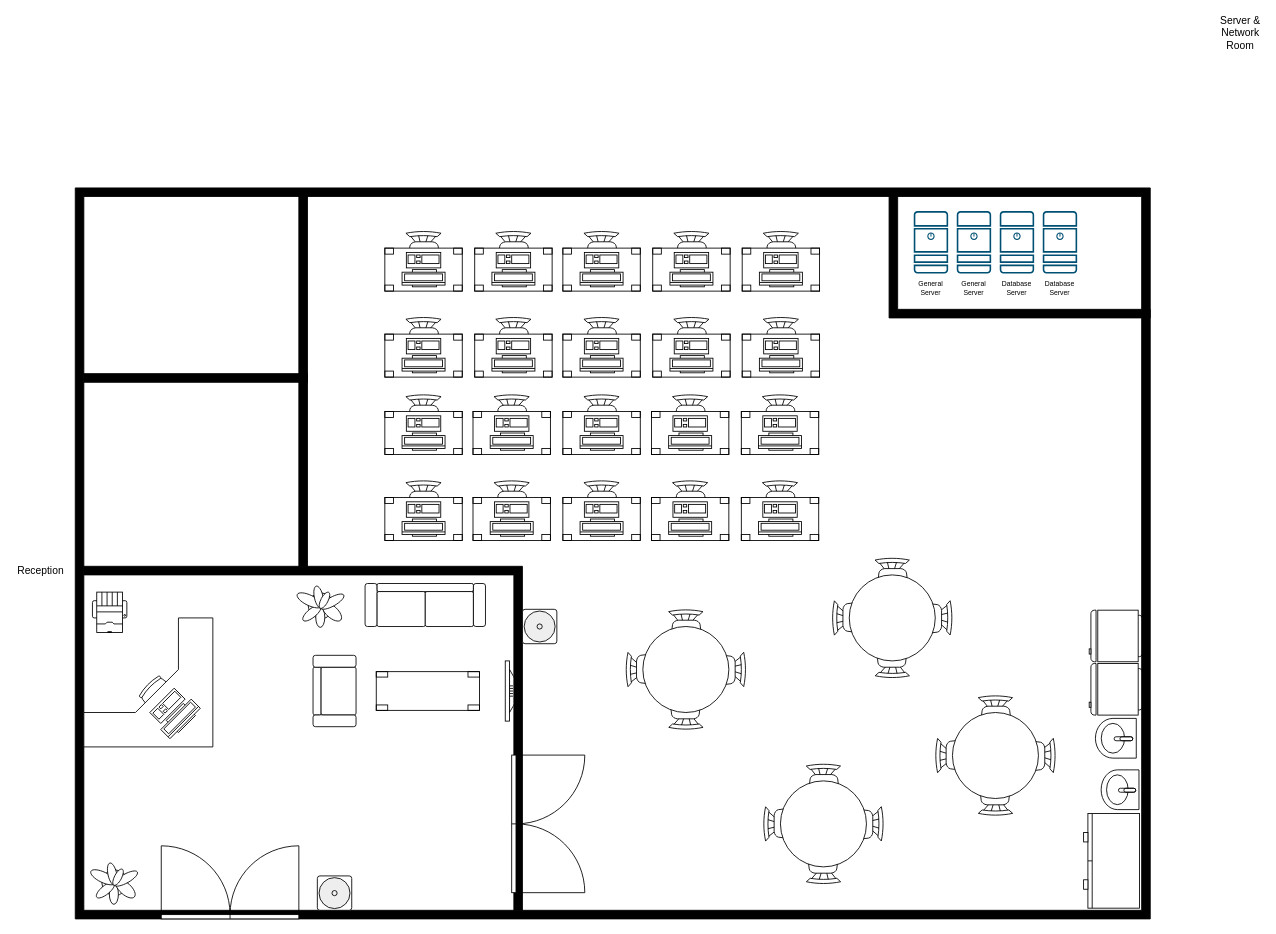
Earlier version of the draw.io diagram u12_a3_floorplan.drawio (BenLaneUK2004/Draw.io_Diagrams). Source tidied: cells renumbered, new cells numbered last; positions are measured from the earlier drawing's top-left corner, leaving out a move shared by most shapes. Both pictures are drawn from the tidied source at 86%, with x=0, y=0 at pixel (15, 15).
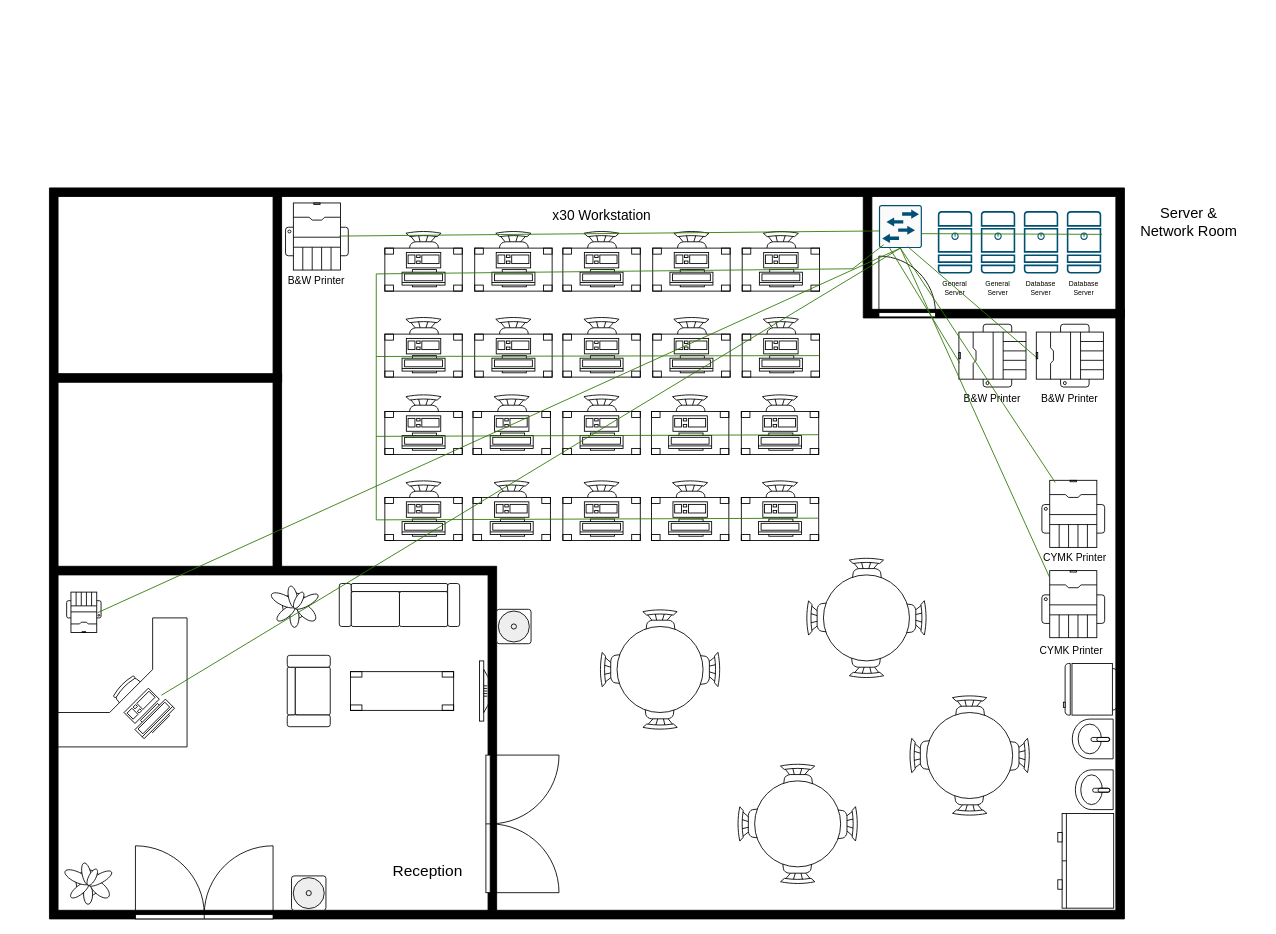
After the change.

Diff of the diagram source:
```diff
@@
     <mxCell id="2" style="verticalLabelPosition=bottom;html=1;verticalAlign=top;align=center;shape=mxgraph.floorplan.room;fillColor=strokeColor;" parent="1" vertex="1">
-      <mxGeometry x="70" y="200" width="1250" height="850" as="geometry" />
+      <mxGeometry x="40" y="200" width="1250" height="850" as="geometry" />
     </mxCell>
     <mxCell id="3" style="verticalLabelPosition=bottom;html=1;verticalAlign=top;align=center;shape=mxgraph.floorplan.wallCorner;fillColor=strokeColor;direction=south;" parent="1" vertex="1">
-      <mxGeometry x="80" y="640" width="510" height="400" as="geometry" />
+      <mxGeometry x="50" y="640" width="510" height="400" as="geometry" />
     </mxCell>
     <mxCell id="4" style="verticalLabelPosition=bottom;html=1;verticalAlign=top;align=center;shape=mxgraph.floorplan.doorDouble;rotation=-180;" parent="1" vertex="1">
-      <mxGeometry x="170" y="965" width="160" height="85" as="geometry" />
+      <mxGeometry x="140" y="965" width="160" height="85" as="geometry" />
     </mxCell>
     <mxCell id="5" style="verticalLabelPosition=bottom;html=1;verticalAlign=top;align=center;shape=mxgraph.floorplan.desk_corner;rotation=-180;" parent="1" vertex="1">
-      <mxGeometry x="80" y="700" width="150" height="150" as="geometry" />
+      <mxGeometry x="50" y="700" width="150" height="150" as="geometry" />
     </mxCell>
     <mxCell id="6" style="verticalLabelPosition=bottom;html=1;verticalAlign=top;align=center;shape=mxgraph.floorplan.workstation;rotation=-225;" parent="1" vertex="1">
-      <mxGeometry x="160" y="790" width="50" height="40" as="geometry" />
+      <mxGeometry x="130" y="790" width="50" height="40" as="geometry" />
     </mxCell>
     <mxCell id="7" style="verticalLabelPosition=bottom;html=1;verticalAlign=top;align=center;shape=mxgraph.floorplan.printer;" parent="1" vertex="1">
-      <mxGeometry x="90" y="670" width="40" height="47" as="geometry" />
+      <mxGeometry x="60" y="670" width="40" height="47" as="geometry" />
     </mxCell>
     <mxCell id="8" style="verticalLabelPosition=bottom;html=1;verticalAlign=top;align=center;shape=mxgraph.floorplan.plant;" parent="1" vertex="1">
-      <mxGeometry x="90" y="982" width="47" height="51" as="geometry" />
+      <mxGeometry x="60" y="982" width="47" height="51" as="geometry" />
     </mxCell>
     <mxCell id="9" style="verticalLabelPosition=bottom;html=1;verticalAlign=top;align=center;shape=mxgraph.floorplan.doorDouble;rotation=-90;" parent="1" vertex="1">
-      <mxGeometry x="540" y="897" width="160" height="85" as="geometry" />
+      <mxGeometry x="510" y="897" width="160" height="85" as="geometry" />
     </mxCell>
     <mxCell id="10" style="verticalLabelPosition=bottom;html=1;verticalAlign=top;align=center;shape=mxgraph.floorplan.flat_tv;rotation=90;" parent="1" vertex="1">
-      <mxGeometry x="540" y="780" width="70" height="10" as="geometry" />
+      <mxGeometry x="510" y="780" width="70" height="10" as="geometry" />
     </mxCell>
     <mxCell id="11" style="verticalLabelPosition=bottom;html=1;verticalAlign=top;align=center;shape=mxgraph.floorplan.couch;" parent="1" vertex="1">
-      <mxGeometry x="407" y="660" width="140" height="50" as="geometry" />
+      <mxGeometry x="377" y="660" width="140" height="50" as="geometry" />
     </mxCell>
     <mxCell id="12" style="verticalLabelPosition=bottom;html=1;verticalAlign=top;align=center;shape=mxgraph.floorplan.plant;" parent="1" vertex="1">
-      <mxGeometry x="330" y="660" width="47" height="51" as="geometry" />
+      <mxGeometry x="300" y="660" width="47" height="51" as="geometry" />
     </mxCell>
     <mxCell id="13" style="verticalLabelPosition=bottom;html=1;verticalAlign=top;align=center;shape=mxgraph.floorplan.sofa;rotation=-90;" parent="1" vertex="1">
-      <mxGeometry x="330" y="760" width="83" height="50" as="geometry" />
+      <mxGeometry x="300" y="760" width="83" height="50" as="geometry" />
     </mxCell>
     <mxCell id="14" style="verticalLabelPosition=bottom;html=1;verticalAlign=top;align=center;shape=mxgraph.floorplan.table;" parent="1" vertex="1">
-      <mxGeometry x="420" y="762.5" width="120" height="45" as="geometry" />
+      <mxGeometry x="390" y="762.5" width="120" height="45" as="geometry" />
     </mxCell>
     <mxCell id="15" style="group;" parent="1" vertex="1">
-      <mxGeometry x="870" y="869.5" width="140" height="140" as="geometry" />
+      <mxGeometry x="840" y="869.5" width="140" height="140" as="geometry" />
     </mxCell>
@@
     <mxCell id="21" style="group;" parent="1" vertex="1">
-      <mxGeometry x="710" y="690" width="140" height="140" as="geometry" />
+      <mxGeometry x="680" y="690" width="140" height="140" as="geometry" />
     </mxCell>
@@
     <mxCell id="27" style="group;" parent="1" vertex="1">
-      <mxGeometry x="1070" y="790" width="140" height="140" as="geometry" />
+      <mxGeometry x="1040" y="790" width="140" height="140" as="geometry" />
     </mxCell>
@@
     <mxCell id="33" style="group;" parent="1" vertex="1">
-      <mxGeometry x="950" y="630" width="140" height="140" as="geometry" />
+      <mxGeometry x="920" y="630" width="140" height="140" as="geometry" />
     </mxCell>
@@
-    <mxCell id="39" style="verticalLabelPosition=bottom;html=1;verticalAlign=top;align=center;shape=mxgraph.floorplan.refrigerator;rotation=90;" parent="1" vertex="1">
-      <mxGeometry x="1250" y="690" width="60" height="62" as="geometry" />
-    </mxCell>
     <mxCell id="40" style="verticalLabelPosition=bottom;html=1;verticalAlign=top;align=center;shape=mxgraph.floorplan.water_cooler;" parent="1" vertex="1">
-      <mxGeometry x="590" y="690" width="40" height="40" as="geometry" />
+      <mxGeometry x="560" y="690" width="40" height="40" as="geometry" />
     </mxCell>
     <mxCell id="41" style="verticalLabelPosition=bottom;html=1;verticalAlign=top;align=center;shape=mxgraph.floorplan.water_cooler;" parent="1" vertex="1">
-      <mxGeometry x="351.5" y="1000" width="40" height="40" as="geometry" />
+      <mxGeometry x="321.5" y="1000" width="40" height="40" as="geometry" />
     </mxCell>
     <mxCell id="42" style="verticalLabelPosition=bottom;html=1;verticalAlign=top;align=center;shape=mxgraph.floorplan.refrigerator;rotation=90;" parent="1" vertex="1">
-      <mxGeometry x="1250" y="752" width="60" height="62" as="geometry" />
+      <mxGeometry x="1220" y="752" width="60" height="62" as="geometry" />
     </mxCell>
     <mxCell id="43" style="verticalLabelPosition=bottom;html=1;verticalAlign=top;align=center;shape=mxgraph.floorplan.sink_1;rotation=90;" parent="1" vertex="1">
-      <mxGeometry x="1256.9" y="816.2" width="46.2" height="47.5" as="geometry" />
+      <mxGeometry x="1230" y="817" width="46.2" height="47.5" as="geometry" />
     </mxCell>
     <mxCell id="44" style="verticalLabelPosition=bottom;html=1;verticalAlign=top;align=center;shape=mxgraph.floorplan.sink_1;rotation=90;" parent="1" vertex="1">
-      <mxGeometry x="1261.8" y="877.8" width="46.2" height="44" as="geometry" />
+      <mxGeometry x="1231.8" y="877.8" width="46.2" height="44" as="geometry" />
     </mxCell>
     <mxCell id="45" style="verticalLabelPosition=bottom;html=1;verticalAlign=top;align=center;shape=mxgraph.floorplan.dresser;rotation=90;" parent="1" vertex="1">
-      <mxGeometry x="1220" y="950" width="110" height="65" as="geometry" />
+      <mxGeometry x="1190" y="950" width="110" height="65" as="geometry" />
     </mxCell>
@@
     <mxCell id="48" style="verticalLabelPosition=bottom;html=1;verticalAlign=top;align=center;shape=mxgraph.floorplan.wallCorner;fillColor=strokeColor;rotation=-90;" parent="1" vertex="1">
-      <mxGeometry x="1095.7" y="127" width="144.8" height="303.6" as="geometry" />
+      <mxGeometry x="1065.7" y="127" width="144.8" height="303.6" as="geometry" />
     </mxCell>
-    <mxCell id="49" value="Server &amp;amp; Network Room" style="text;html=1;align=center;verticalAlign=middle;whiteSpace=wrap;rounded=0;fontStyle=0;" parent="1" vertex="1">
-      <mxGeometry x="1400" width="50" height="40" as="geometry" />
+    <mxCell id="49" value="Server &amp;amp; Network Room" style="text;html=1;align=center;verticalAlign=middle;whiteSpace=wrap;rounded=0;fontStyle=0;fontSize=17;" parent="1" vertex="1">
+      <mxGeometry x="1300" y="220" width="130" height="40" as="geometry" />
     </mxCell>
-    <mxCell id="50" value="Reception" style="text;html=1;align=center;verticalAlign=middle;whiteSpace=wrap;rounded=0;" parent="1" vertex="1">
-      <mxGeometry y="640" width="60" height="10" as="geometry" />
+    <mxCell id="50" value="Reception" style="text;html=1;align=center;verticalAlign=middle;whiteSpace=wrap;rounded=0;fontSize=18;" parent="1" vertex="1">
+      <mxGeometry x="450" y="990" width="60" height="10" as="geometry" />
     </mxCell>
     <mxCell id="51" style="sketch=0;verticalLabelPosition=bottom;html=1;verticalAlign=top;align=center;shape=mxgraph.cisco19.server;fillColor=#005073;strokeColor=none;" parent="1" vertex="1">
-      <mxGeometry x="1195" y="226.9" width="40" height="72.7" as="geometry" />
+      <mxGeometry x="1223" y="226.9" width="40" height="72.7" as="geometry" />
     </mxCell>
     <mxCell id="52" style="sketch=0;verticalLabelPosition=bottom;html=1;verticalAlign=top;align=center;shape=mxgraph.cisco19.server;fillColor=#005073;strokeColor=none;" parent="1" vertex="1">
-      <mxGeometry x="1145" y="226.9" width="40" height="72.7" as="geometry" />
+      <mxGeometry x="1173" y="226.9" width="40" height="72.7" as="geometry" />
     </mxCell>
     <mxCell id="53" style="sketch=0;verticalLabelPosition=bottom;html=1;verticalAlign=top;align=center;shape=mxgraph.cisco19.server;fillColor=#005073;strokeColor=none;" parent="1" vertex="1">
-      <mxGeometry x="1095" y="226.9" width="40" height="72.7" as="geometry" />
+      <mxGeometry x="1123" y="226.9" width="40" height="72.7" as="geometry" />
     </mxCell>
     <mxCell id="54" style="sketch=0;verticalLabelPosition=bottom;html=1;verticalAlign=top;align=center;shape=mxgraph.cisco19.server;fillColor=#005073;strokeColor=none;" parent="1" vertex="1">
-      <mxGeometry x="1045" y="226.9" width="40" height="72.7" as="geometry" />
+      <mxGeometry x="1073" y="226.9" width="40" height="72.7" as="geometry" />
     </mxCell>
     <mxCell id="55" value="Database Server" style="text;html=1;align=center;verticalAlign=middle;whiteSpace=wrap;rounded=0;fontSize=8;" parent="1" vertex="1">
-      <mxGeometry x="1195" y="307.9" width="40" height="17.3" as="geometry" />
+      <mxGeometry x="1223" y="307.9" width="40" height="17.3" as="geometry" />
     </mxCell>
     <mxCell id="56" value="Database Server" style="text;html=1;align=center;verticalAlign=middle;whiteSpace=wrap;rounded=0;fontSize=8;" parent="1" vertex="1">
-      <mxGeometry x="1145" y="307.9" width="40" height="17.3" as="geometry" />
+      <mxGeometry x="1173" y="307.9" width="40" height="17.3" as="geometry" />
     </mxCell>
     <mxCell id="57" value="&lt;div&gt;General&lt;/div&gt;Server" style="text;html=1;align=center;verticalAlign=middle;whiteSpace=wrap;rounded=0;fontSize=8;" parent="1" vertex="1">
-      <mxGeometry x="1095" y="307.9" width="40" height="17.3" as="geometry" />
+      <mxGeometry x="1123" y="307.9" width="40" height="17.3" as="geometry" />
     </mxCell>
     <mxCell id="58" value="&lt;div&gt;General&lt;/div&gt;Server" style="text;html=1;align=center;verticalAlign=middle;whiteSpace=wrap;rounded=0;fontSize=8;" parent="1" vertex="1">
-      <mxGeometry x="1045" y="307.9" width="40" height="17.3" as="geometry" />
+      <mxGeometry x="1073" y="307.9" width="40" height="17.3" as="geometry" />
     </mxCell>
@@
     <mxCell id="117" style="verticalLabelPosition=bottom;html=1;verticalAlign=top;align=center;shape=mxgraph.floorplan.wall;fillColor=strokeColor;direction=south;" parent="1" vertex="1">
-      <mxGeometry x="330" y="202" width="10" height="438" as="geometry" />
+      <mxGeometry x="300" y="202" width="10" height="438" as="geometry" />
     </mxCell>
     <mxCell id="118" style="verticalLabelPosition=bottom;html=1;verticalAlign=top;align=center;shape=mxgraph.floorplan.wall;fillColor=strokeColor;" parent="1" vertex="1">
-      <mxGeometry x="80" y="416" width="260" height="10" as="geometry" />
+      <mxGeometry x="50" y="416" width="260" height="10" as="geometry" />
     </mxCell>
+    <mxCell id="119" style="verticalLabelPosition=bottom;html=1;verticalAlign=top;align=center;shape=mxgraph.floorplan.printer;rotation=-180;" parent="1" vertex="1">
+      <mxGeometry x="1194" y="540" width="73" height="78" as="geometry" />
+    </mxCell>
+    <mxCell id="120" style="verticalLabelPosition=bottom;html=1;verticalAlign=top;align=center;shape=mxgraph.floorplan.printer;rotation=90;direction=south;" parent="1" vertex="1">
+      <mxGeometry x="312" y="220" width="78" height="73" as="geometry" />
+    </mxCell>
+    <mxCell id="121" style="verticalLabelPosition=bottom;html=1;verticalAlign=top;align=center;shape=mxgraph.floorplan.printer;rotation=90;" parent="1" vertex="1">
+      <mxGeometry x="1100" y="356" width="73" height="78" as="geometry" />
+    </mxCell>
+    <mxCell id="122" style="verticalLabelPosition=bottom;html=1;verticalAlign=top;align=center;shape=mxgraph.floorplan.printer;rotation=90;" parent="1" vertex="1">
+      <mxGeometry x="1190" y="356" width="73" height="78" as="geometry" />
+    </mxCell>
+    <mxCell id="123" style="verticalLabelPosition=bottom;html=1;verticalAlign=top;align=center;shape=mxgraph.floorplan.printer;rotation=-180;" parent="1" vertex="1">
+      <mxGeometry x="1194" y="645" width="73" height="78" as="geometry" />
+    </mxCell>
+    <mxCell id="124" value="B&amp;amp;W Printer" style="text;html=1;align=center;verticalAlign=middle;whiteSpace=wrap;rounded=0;" parent="1" vertex="1">
+      <mxGeometry x="1098" y="440" width="77" height="10" as="geometry" />
+    </mxCell>
+    <mxCell id="125" value="B&amp;amp;W Printer" style="text;html=1;align=center;verticalAlign=middle;whiteSpace=wrap;rounded=0;" parent="1" vertex="1">
+      <mxGeometry x="1188" y="440" width="77" height="10" as="geometry" />
+    </mxCell>
+    <mxCell id="126" value="CYMK Printer" style="text;html=1;align=center;verticalAlign=middle;whiteSpace=wrap;rounded=0;" parent="1" vertex="1">
+      <mxGeometry x="1194" y="625" width="77" height="10" as="geometry" />
+    </mxCell>
+    <mxCell id="127" value="CYMK Printer" style="text;html=1;align=center;verticalAlign=middle;whiteSpace=wrap;rounded=0;" parent="1" vertex="1">
+      <mxGeometry x="1190" y="733" width="77" height="10" as="geometry" />
+    </mxCell>
+    <mxCell id="128" value="x30 Workstation" style="text;html=1;align=center;verticalAlign=middle;whiteSpace=wrap;rounded=0;fontSize=16;" parent="1" vertex="1">
+      <mxGeometry x="614.5" y="226.9" width="135" height="10" as="geometry" />
+    </mxCell>
+    <mxCell id="129" style="endArrow=none;html=1;rounded=0;fillColor=#60a917;strokeColor=light-dark(#2D7600,#00567C);" parent="1" edge="1">
+      <mxGeometry relative="1" as="geometry">
+        <mxPoint x="934" y="584" as="sourcePoint" />
+        <mxPoint x="420" y="586" as="targetPoint" />
+      </mxGeometry>
+    </mxCell>
+    <mxCell id="130" style="endArrow=none;html=1;rounded=0;fillColor=#60a917;strokeColor=light-dark(#2D7600,#00567C);" parent="1" edge="1">
+      <mxGeometry relative="1" as="geometry">
+        <mxPoint x="934" y="487" as="sourcePoint" />
+        <mxPoint x="420" y="488.9" as="targetPoint" />
+      </mxGeometry>
+    </mxCell>
+    <mxCell id="131" style="endArrow=none;html=1;rounded=0;fillColor=#60a917;strokeColor=light-dark(#2D7600,#00567C);" parent="1" edge="1">
+      <mxGeometry relative="1" as="geometry">
+        <mxPoint x="935" y="395" as="sourcePoint" />
+        <mxPoint x="420" y="396" as="targetPoint" />
+      </mxGeometry>
+    </mxCell>
+    <mxCell id="132" style="endArrow=none;html=1;rounded=0;fillColor=#60a917;strokeColor=light-dark(#2D7600,#00567C);" parent="1" edge="1">
+      <mxGeometry relative="1" as="geometry">
+        <mxPoint x="975" y="294" as="sourcePoint" />
+        <mxPoint x="420" y="300" as="targetPoint" />
+      </mxGeometry>
+    </mxCell>
+    <mxCell id="133" style="verticalLabelPosition=bottom;html=1;verticalAlign=top;align=center;shape=mxgraph.floorplan.doorRight;rotation=-180;" parent="1" vertex="1">
+      <mxGeometry x="1004.5" y="280.2" width="65.7" height="69.8" as="geometry" />
+    </mxCell>
+    <mxCell id="134" style="sketch=0;points=[[0.015,0.015,0],[0.985,0.015,0],[0.985,0.985,0],[0.015,0.985,0],[0.25,0,0],[0.5,0,0],[0.75,0,0],[1,0.25,0],[1,0.5,0],[1,0.75,0],[0.75,1,0],[0.5,1,0],[0.25,1,0],[0,0.75,0],[0,0.5,0],[0,0.25,0]];verticalLabelPosition=bottom;html=1;verticalAlign=top;align=center;shape=mxgraph.cisco19.rect;prIcon=l2_switch;fillColor=#FAFAFA;strokeColor=#005073;" parent="1" vertex="1">
+      <mxGeometry x="1004.5" y="220" width="50" height="50" as="geometry" />
+    </mxCell>
+    <mxCell id="135" style="endArrow=none;html=1;rounded=0;fillColor=#60a917;strokeColor=light-dark(#2D7600,#00567C);" parent="1" edge="1">
+      <mxGeometry relative="1" as="geometry">
+        <mxPoint x="420" y="300" as="sourcePoint" />
+        <mxPoint x="420" y="586" as="targetPoint" />
+      </mxGeometry>
+    </mxCell>
+    <mxCell id="136" style="endArrow=none;html=1;rounded=0;fillColor=#60a917;strokeColor=light-dark(#2D7600,#00567C);entryX=1.186;entryY=1.029;entryDx=0;entryDy=0;entryPerimeter=0;" parent="1" edge="1">
+      <mxGeometry relative="1" as="geometry">
+        <mxPoint x="974" y="294" as="sourcePoint" />
+        <mxPoint x="1010" y="266.1" as="targetPoint" />
+      </mxGeometry>
+    </mxCell>
+    <mxCell id="137" style="endArrow=none;html=1;rounded=0;fillColor=#60a917;strokeColor=light-dark(#2D7600,#00567C);entryX=1.186;entryY=1.029;entryDx=0;entryDy=0;entryPerimeter=0;" parent="1" edge="1">
+      <mxGeometry relative="1" as="geometry">
+        <mxPoint x="1263.9" y="254" as="sourcePoint" />
+        <mxPoint x="1054.5" y="253.2" as="targetPoint" />
+      </mxGeometry>
+    </mxCell>
+    <mxCell id="138" value="B&amp;amp;W Printer" style="text;html=1;align=center;verticalAlign=middle;whiteSpace=wrap;rounded=0;" parent="1" vertex="1">
+      <mxGeometry x="312" y="302.5" width="77" height="10" as="geometry" />
+    </mxCell>
+    <mxCell id="139" style="endArrow=none;html=1;rounded=0;fillColor=#60a917;strokeColor=light-dark(#2D7600,#00567C);exitX=0.003;exitY=0.601;exitDx=0;exitDy=0;exitPerimeter=0;" parent="1" edge="1" source="134">
+      <mxGeometry relative="1" as="geometry">
+        <mxPoint x="377" y="256" as="targetPoint" />
+      </mxGeometry>
+    </mxCell>
+    <mxCell id="140" style="endArrow=none;html=1;rounded=0;fillColor=#60a917;strokeColor=light-dark(#2D7600,#00567C);exitX=0.621;exitY=0.986;exitDx=0;exitDy=0;exitPerimeter=0;entryX=0.25;entryY=1;entryDx=0;entryDy=0;entryPerimeter=0;" parent="1" edge="1" source="121" target="134">
+      <mxGeometry relative="1" as="geometry" />
+    </mxCell>
+    <mxCell id="141" style="endArrow=none;html=1;rounded=0;fillColor=#60a917;strokeColor=light-dark(#2D7600,#00567C);exitX=0.523;exitY=1.003;exitDx=0;exitDy=0;exitPerimeter=0;entryX=0.671;entryY=0.967;entryDx=0;entryDy=0;entryPerimeter=0;" parent="1" edge="1" source="122" target="134">
+      <mxGeometry relative="1" as="geometry" />
+    </mxCell>
+    <mxCell id="142" style="endArrow=none;html=1;rounded=0;fillColor=#60a917;strokeColor=light-dark(#2D7600,#00567C);exitX=0.787;exitY=0.967;exitDx=0;exitDy=0;exitPerimeter=0;entryX=0.5;entryY=1;entryDx=0;entryDy=0;entryPerimeter=0;" parent="1" edge="1" source="119" target="134">
+      <mxGeometry relative="1" as="geometry" />
+    </mxCell>
+    <mxCell id="143" style="endArrow=none;html=1;rounded=0;fillColor=#60a917;strokeColor=light-dark(#2D7600,#00567C);exitX=0.875;exitY=0.894;exitDx=0;exitDy=0;exitPerimeter=0;entryX=0.5;entryY=1;entryDx=0;entryDy=0;entryPerimeter=0;" parent="1" edge="1" source="123" target="134">
+      <mxGeometry relative="1" as="geometry" />
+    </mxCell>
+    <mxCell id="144" style="endArrow=none;html=1;rounded=0;fillColor=#60a917;strokeColor=light-dark(#2D7600,#00567C);exitX=0.2;exitY=0.4;exitDx=0;exitDy=0;exitPerimeter=0;entryX=0.5;entryY=1;entryDx=0;entryDy=0;entryPerimeter=0;" parent="1" edge="1" source="5" target="134">
+      <mxGeometry relative="1" as="geometry" />
+    </mxCell>
+    <mxCell id="145" style="endArrow=none;html=1;rounded=0;fillColor=#60a917;strokeColor=light-dark(#2D7600,#00567C);exitX=0.894;exitY=0.511;exitDx=0;exitDy=0;exitPerimeter=0;entryX=0.5;entryY=1;entryDx=0;entryDy=0;entryPerimeter=0;" parent="1" edge="1" source="7" target="134">
+      <mxGeometry relative="1" as="geometry" />
+    </mxCell>
```
